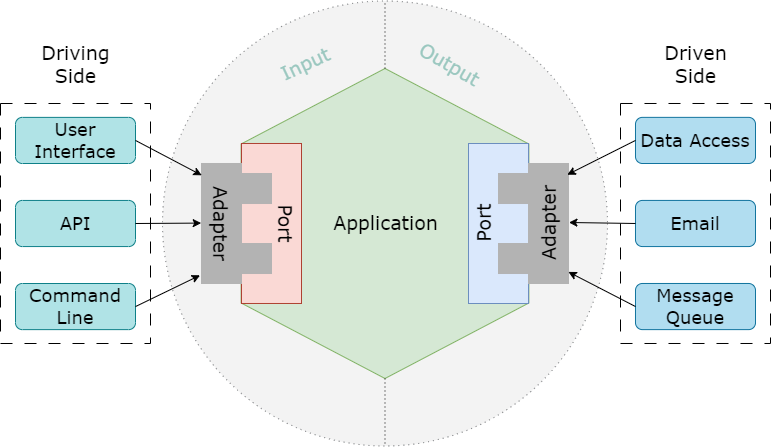
This is pic/六边形架构.drawio.png from guxdong/imgrepo, a draw.io export, as it was before one commit. Source tidied: cells renumbered, new cells last; positions are measured from the earlier drawing's top-left corner, leaving out a move shared by most shapes.
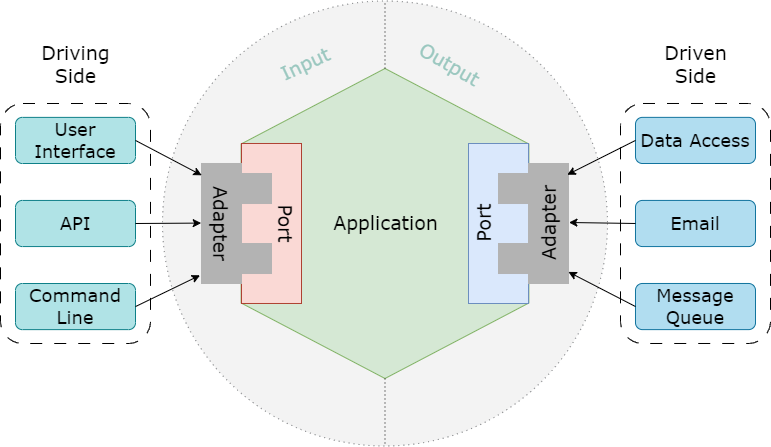
After the change.

Commit message:
更新六边形架构.drawio.png

What changed in the source:
```diff
@@ -110,10 +110,10 @@
     <mxCell id="37" style="endArrow=classic;html=1;rounded=0;entryX=0.016;entryY=0.972;entryDx=0;entryDy=0;entryPerimeter=0;exitX=0;exitY=0.5;exitDx=0;exitDy=0;" parent="1" edge="1" source="28" target="19">
       <mxGeometry relative="1" as="geometry" />
     </mxCell>
-    <mxCell id="38" style="rounded=0;whiteSpace=wrap;html=1;fillColor=none;dashed=1;dashPattern=12 12;" parent="1" vertex="1">
+    <mxCell id="38" style="rounded=1;whiteSpace=wrap;html=1;fillColor=none;dashed=1;dashPattern=12 12;" parent="1" vertex="1">
       <mxGeometry y="103" width="150" height="240" as="geometry" />
     </mxCell>
-    <mxCell id="39" style="rounded=0;whiteSpace=wrap;html=1;fillColor=none;dashed=1;dashPattern=12 12;" parent="1" vertex="1">
+    <mxCell id="39" style="rounded=1;whiteSpace=wrap;html=1;fillColor=none;dashed=1;dashPattern=12 12;" parent="1" vertex="1">
       <mxGeometry x="620" y="103" width="150" height="240" as="geometry" />
     </mxCell>
   </root>
```
